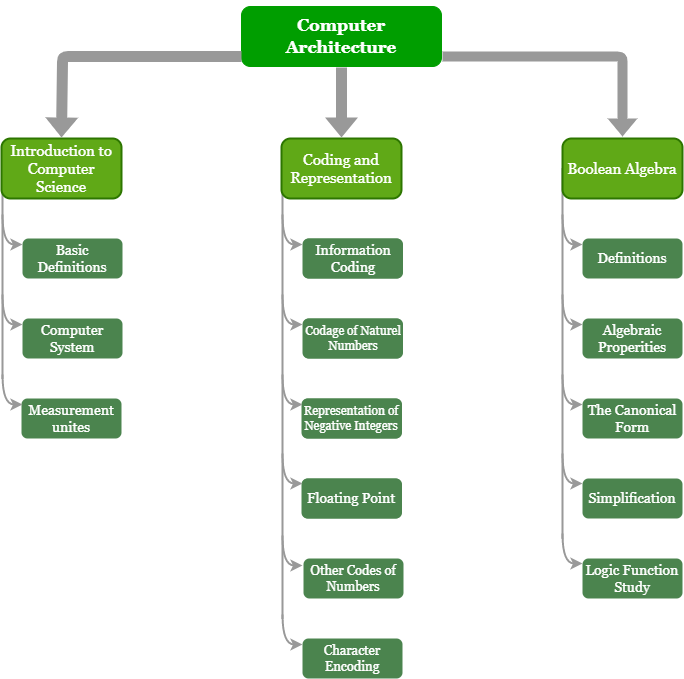
Earlier version of the draw.io export img/STRM.png (lyes07/mem-template). Source tidied: cells renumbered, new cells last; positions are measured from the earlier drawing's top-left corner, leaving out a move shared by most shapes.
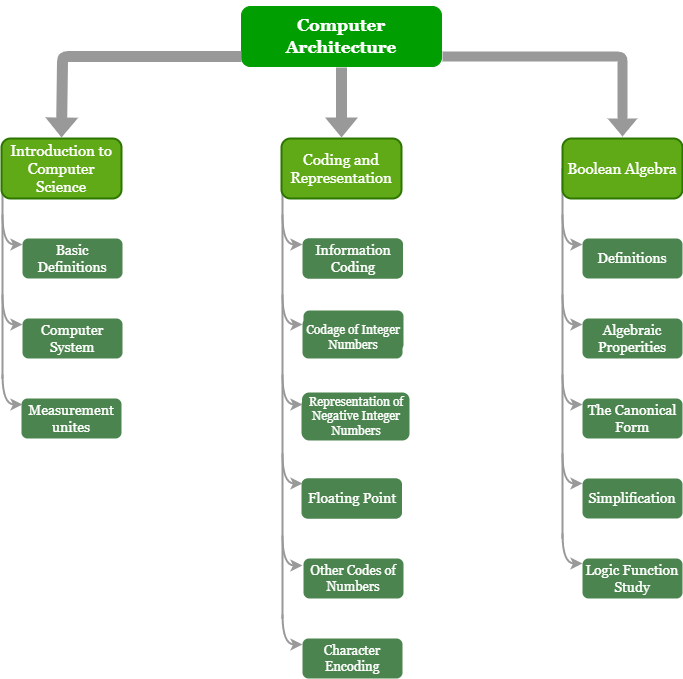
Above is the later version.

What changed in the source:
```diff
@@ -187,11 +187,11 @@
     <mxCell id="34" value="&#10;&#10;Information Coding&#10;&#10;" style="rounded=1;whiteSpace=wrap;html=1;fillColor=#4B844E;strokeColor=none;fontColor=#FFFFFF;fontFamily=Georgia;fontSize=14;" parent="1" vertex="1">
       <mxGeometry x="301.5" y="232" width="100" height="40" as="geometry" />
     </mxCell>
-    <mxCell id="35" value="&#10;&#10;Codage of Naturel Numbers&#10;&#10;" style="rounded=1;whiteSpace=wrap;html=1;fillColor=#4B844E;strokeColor=none;fontColor=#FFFFFF;fontFamily=Georgia;fontSize=12;" parent="1" vertex="1">
-      <mxGeometry x="301.5" y="312" width="100" height="40" as="geometry" />
+    <mxCell id="35" value="&lt;br&gt;Codage of Integer Numbers" style="rounded=1;whiteSpace=wrap;html=1;fillColor=#4B844E;strokeColor=none;fontColor=#FFFFFF;fontFamily=Georgia;fontSize=12;" parent="1" vertex="1">
+      <mxGeometry x="302" y="304" width="100" height="40" as="geometry" />
     </mxCell>
-    <mxCell id="36" value="Representation of Negative Integers" style="rounded=1;whiteSpace=wrap;html=1;fillColor=#4B844E;strokeColor=none;fontColor=#FFFFFF;fontSize=12;fontFamily=Georgia;" parent="1" vertex="1">
-      <mxGeometry x="300.5" y="392" width="100" height="40" as="geometry" />
+    <mxCell id="36" value="&lt;font style=&quot;font-size: 12px; line-height: 0.2;&quot;&gt;Representation of Negative Integer Numbers&lt;/font&gt;" style="rounded=1;whiteSpace=wrap;html=1;fillColor=#4B844E;strokeColor=none;fontColor=#FFFFFF;fontSize=12;fontFamily=Georgia;" parent="1" vertex="1">
+      <mxGeometry x="300.5" y="386" width="107.5" height="48" as="geometry" />
     </mxCell>
     <mxCell id="37" value="&lt;font style=&quot;font-size: 14px;&quot;&gt;&lt;br style=&quot;font-size: 14px;&quot;&gt;&lt;font face=&quot;Georgia&quot; style=&quot;font-size: 14px;&quot;&gt;Floating Point&lt;br style=&quot;font-size: 14px;&quot;&gt;&lt;/font&gt;&lt;br style=&quot;font-size: 14px;&quot;&gt;&lt;/font&gt;" style="rounded=1;whiteSpace=wrap;html=1;fillColor=#4B844E;strokeColor=none;fontColor=#FFFFFF;fontSize=14;" parent="1" vertex="1">
       <mxGeometry x="300.5" y="472" width="100" height="40" as="geometry" />
```
